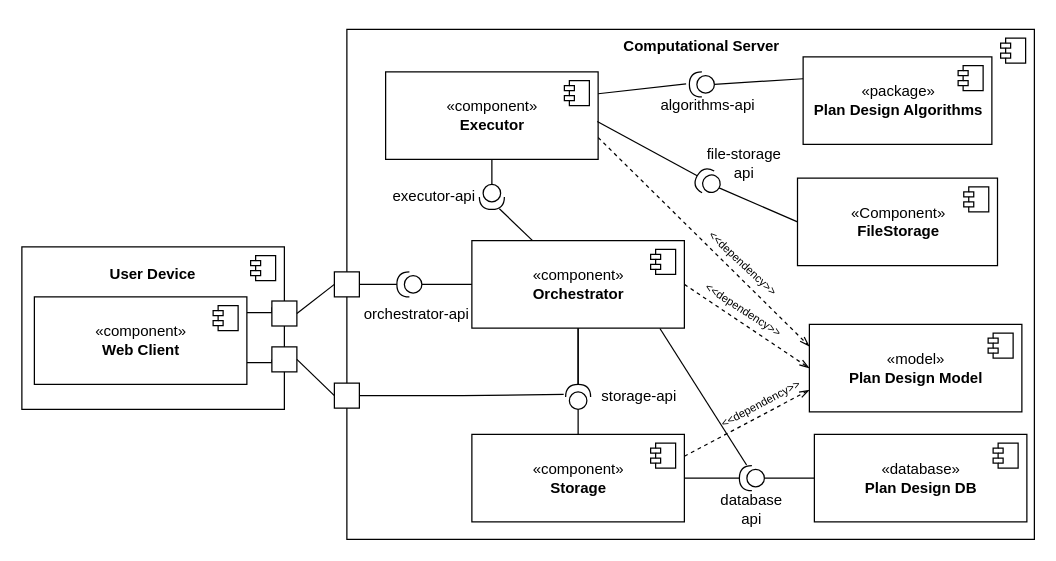
stalker-fc/diploma keeps this draw.io diagram as master/sources/diploma/architecture/diagrams/common/component.drawio. Above is the earlier version. Source tidied: cells renumbered, new cells numbered last; positions are measured from the earlier drawing's top-left corner, leaving out a move shared by most shapes. Both pictures are drawn from the tidied source at 125%, with x=0, y=0 at pixel (21, 21).
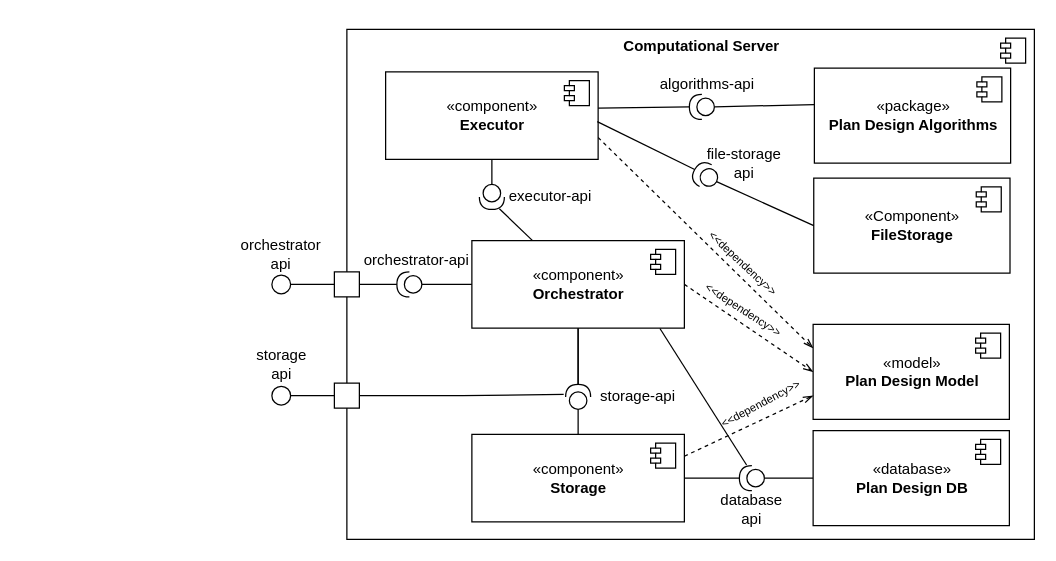
The same diagram, later.

Commit message (it also covers changes not shown here):
update common architecture add deployment diagram

Unchanged cells that the change refers to:
```xml
<mxCell id="16" value="«component»&lt;br&gt;&lt;b&gt;Executor&lt;/b&gt;" style="html=1;" parent="1" vertex="1">
  <mxGeometry x="291" y="40" width="170" height="70" as="geometry" />
</mxCell>
<mxCell id="29" style="whiteSpace=wrap;html=1;" parent="1" vertex="1">
  <mxGeometry x="250" y="200" width="20" height="20" as="geometry" />
</mxCell>
<mxCell id="33" style="whiteSpace=wrap;html=1;" parent="1" vertex="1">
  <mxGeometry x="250" y="289" width="20" height="20" as="geometry" />
</mxCell>
```

The edit, as a diff of the source:
```diff
@@
-    <mxCell id="4" style="group;" parent="1" vertex="1">
-      <mxGeometry y="180" width="220" height="130" as="geometry" />
-    </mxCell>
-    <mxCell id="5" style="html=1;" parent="4" vertex="1">
-      <mxGeometry width="210" height="130" as="geometry" />
-    </mxCell>
-    <mxCell id="6" style="shape=module;jettyWidth=8;jettyHeight=4;" parent="5" vertex="1">
-      <mxGeometry x="1" width="20" height="20" relative="1" as="geometry">
-        <mxPoint x="-27" y="7" as="offset" />
-      </mxGeometry>
-    </mxCell>
-    <mxCell id="7" value="&lt;b&gt;User Device&lt;/b&gt;" style="text;html=1;strokeColor=none;fillColor=none;align=center;verticalAlign=middle;whiteSpace=wrap;rounded=0;" parent="4" vertex="1">
-      <mxGeometry x="35" width="140" height="43.3" as="geometry" />
-    </mxCell>
-    <mxCell id="8" style="edgeStyle=orthogonalEdgeStyle;rounded=0;orthogonalLoop=1;jettySize=auto;html=1;exitX=1;exitY=0.25;exitDx=0;exitDy=0;entryX=0;entryY=0.5;entryDx=0;entryDy=0;endArrow=none;endFill=0;" parent="4" edge="1">
-      <mxGeometry relative="1" as="geometry">
-        <mxPoint x="180" y="52.5" as="sourcePoint" />
-        <mxPoint x="200" y="48.3" as="targetPoint" />
-      </mxGeometry>
-    </mxCell>
-    <mxCell id="9" style="edgeStyle=orthogonalEdgeStyle;rounded=0;jettySize=auto;html=1;exitX=1;exitY=0.75;exitDx=0;exitDy=0;entryX=0;entryY=0.5;entryDx=0;entryDy=0;endArrow=none;endFill=0;" parent="4" edge="1" source="10" target="13">
-      <mxGeometry relative="1" as="geometry" />
-    </mxCell>
-    <mxCell id="10" value="«component»&lt;br&gt;&lt;b&gt;Web Client&lt;/b&gt;" style="html=1;" parent="4" vertex="1">
-      <mxGeometry x="10" y="40" width="170" height="70" as="geometry" />
-    </mxCell>
-    <mxCell id="11" style="shape=module;jettyWidth=8;jettyHeight=4;" parent="10" vertex="1">
-      <mxGeometry x="1" width="20" height="20" relative="1" as="geometry">
-        <mxPoint x="-27" y="7" as="offset" />
-      </mxGeometry>
-    </mxCell>
-    <mxCell id="12" style="whiteSpace=wrap;html=1;" parent="4" vertex="1">
-      <mxGeometry x="200" y="43.3" width="20" height="20" as="geometry" />
-    </mxCell>
-    <mxCell id="13" style="whiteSpace=wrap;html=1;" parent="4" vertex="1">
-      <mxGeometry x="200" y="80" width="20" height="20" as="geometry" />
-    </mxCell>
@@
     <mxCell id="26" value="«package»&lt;br&gt;&lt;b&gt;Plan Design Algorithms&lt;/b&gt;" style="html=1;" parent="1" vertex="1">
-      <mxGeometry x="625" y="28" width="151" height="70" as="geometry" />
+      <mxGeometry x="634" y="37" width="157" height="76" as="geometry" />
     </mxCell>
@@
-    <mxCell id="28" style="rounded=0;jettySize=auto;html=1;exitX=1;exitY=0.5;exitDx=0;exitDy=0;entryX=0;entryY=0.5;entryDx=0;entryDy=0;endArrow=none;endFill=0;" parent="1" edge="1" source="13" target="33">
-      <mxGeometry relative="1" as="geometry" />
-    </mxCell>
@@
     <mxCell id="30" value="orchestrator-api" style="text;html=1;strokeColor=none;fillColor=none;align=center;verticalAlign=middle;whiteSpace=wrap;rounded=0;" parent="1" vertex="1">
-      <mxGeometry x="266" y="219" width="100" height="30" as="geometry" />
+      <mxGeometry x="266" y="176" width="100" height="30" as="geometry" />
     </mxCell>
@@
-    <mxCell id="32" style="edgeStyle=none;rounded=0;jettySize=auto;html=1;exitX=1;exitY=0.5;exitDx=0;exitDy=0;entryX=0;entryY=0.5;entryDx=0;entryDy=0;endArrow=none;endFill=0;" parent="1" edge="1" source="12" target="29">
-      <mxGeometry relative="1" as="geometry" />
-    </mxCell>
@@
     <mxCell id="36" value="storage-api" style="text;html=1;strokeColor=none;fillColor=none;align=center;verticalAlign=middle;whiteSpace=wrap;rounded=0;" parent="1" vertex="1">
-      <mxGeometry x="444" y="285" width="100" height="30" as="geometry" />
+      <mxGeometry x="461" y="285" width="64" height="30" as="geometry" />
     </mxCell>
     <mxCell id="37" value="executor-api" style="text;html=1;strokeColor=none;fillColor=none;align=center;verticalAlign=middle;whiteSpace=wrap;rounded=0;" parent="1" vertex="1">
-      <mxGeometry x="280" y="125" width="100" height="30" as="geometry" />
+      <mxGeometry x="386" y="125" width="74" height="30" as="geometry" />
     </mxCell>
@@
     <mxCell id="39" value="«database»&lt;br&gt;&lt;b&gt;Plan Design DB&lt;/b&gt;" style="html=1;" parent="1" vertex="1">
-      <mxGeometry x="634" y="330" width="170" height="70" as="geometry" />
+      <mxGeometry x="633" y="327" width="157" height="76" as="geometry" />
     </mxCell>
@@
     <mxCell id="41" value="«model»&lt;br&gt;&lt;b&gt;Plan Design Model&lt;/b&gt;" style="html=1;" parent="1" vertex="1">
-      <mxGeometry x="630" y="242" width="170" height="70" as="geometry" />
+      <mxGeometry x="633" y="242" width="157" height="76" as="geometry" />
     </mxCell>
@@
-    <mxCell id="53" style="edgeStyle=none;rounded=0;jettySize=auto;html=1;exitX=0;exitY=0.5;exitDx=0;exitDy=0;exitPerimeter=0;entryX=0;entryY=0.25;entryDx=0;entryDy=0;endArrow=none;endFill=0;" parent="1" edge="1" source="55" target="26">
+    <mxCell id="53" style="edgeStyle=none;rounded=0;jettySize=auto;html=1;exitX=0;exitY=0.5;exitDx=0;exitDy=0;exitPerimeter=0;entryX=-0.001;entryY=0.384;entryDx=0;entryDy=0;endArrow=none;endFill=0;entryPerimeter=0;" parent="1" edge="1" source="55" target="26">
       <mxGeometry relative="1" as="geometry" />
     </mxCell>
-    <mxCell id="54" style="edgeStyle=none;rounded=0;jettySize=auto;html=1;exitX=1.13;exitY=0.52;exitDx=0;exitDy=0;exitPerimeter=0;entryX=1;entryY=0.25;entryDx=0;entryDy=0;endArrow=none;endFill=0;" parent="1" edge="1" source="55" target="16">
+    <mxCell id="54" style="edgeStyle=none;rounded=0;jettySize=auto;html=1;entryX=1;entryY=0.414;entryDx=0;entryDy=0;endArrow=none;endFill=0;entryPerimeter=0;exitX=1;exitY=0.5;exitDx=0;exitDy=0;exitPerimeter=0;" parent="1" edge="1" source="55" target="16">
       <mxGeometry relative="1" as="geometry" />
     </mxCell>
     <mxCell id="55" style="shape=providedRequiredInterface;html=1;verticalLabelPosition=bottom;sketch=0;direction=west;" parent="1" vertex="1">
-      <mxGeometry x="534" y="40" width="20" height="20" as="geometry" />
+      <mxGeometry x="534" y="58" width="20" height="20" as="geometry" />
     </mxCell>
     <mxCell id="56" value="algorithms-api" style="text;html=1;strokeColor=none;fillColor=none;align=center;verticalAlign=middle;whiteSpace=wrap;rounded=0;" parent="1" vertex="1">
-      <mxGeometry x="499" y="52" width="100" height="30" as="geometry" />
+      <mxGeometry x="507.5" y="35" width="81" height="30" as="geometry" />
     </mxCell>
@@
     <mxCell id="59" value="«Component»&lt;br&gt;&lt;b&gt;FileStorage&lt;/b&gt;" style="html=1;fillColor=default;" parent="1" vertex="1">
-      <mxGeometry x="620.5" y="125" width="160" height="70" as="geometry" />
+      <mxGeometry x="633.5" y="125" width="157" height="76" as="geometry" />
     </mxCell>
@@
     <mxCell id="63" style="shape=providedRequiredInterface;html=1;verticalLabelPosition=bottom;sketch=0;fillColor=default;direction=west;rotation=29;" parent="1" vertex="1">
-      <mxGeometry x="539" y="118" width="20" height="20" as="geometry" />
+      <mxGeometry x="537" y="113" width="20" height="20" as="geometry" />
     </mxCell>
@@
+    <mxCell id="66" style="rounded=0;jettySize=auto;html=1;exitX=1;exitY=0.5;exitDx=0;exitDy=0;entryX=0;entryY=0.5;entryDx=0;entryDy=0;endArrow=none;endFill=0;" parent="1" edge="1" source="67" target="29">
+      <mxGeometry relative="1" as="geometry" />
+    </mxCell>
+    <mxCell id="67" style="ellipse;whiteSpace=wrap;html=1;fillColor=none;" parent="1" vertex="1">
+      <mxGeometry x="200" y="202.5" width="15" height="15" as="geometry" />
+    </mxCell>
+    <mxCell id="68" style="edgeStyle=none;rounded=0;jettySize=auto;html=1;exitX=1;exitY=0.5;exitDx=0;exitDy=0;entryX=0;entryY=0.5;entryDx=0;entryDy=0;endArrow=none;endFill=0;" parent="1" edge="1" source="69" target="33">
+      <mxGeometry relative="1" as="geometry" />
+    </mxCell>
+    <mxCell id="69" style="ellipse;whiteSpace=wrap;html=1;fillColor=none;" parent="1" vertex="1">
+      <mxGeometry x="200" y="291.5" width="15" height="15" as="geometry" />
+    </mxCell>
+    <mxCell id="70" value="orchestrator&lt;br&gt;api" style="text;html=1;strokeColor=none;fillColor=none;align=center;verticalAlign=middle;whiteSpace=wrap;rounded=0;" parent="1" vertex="1">
+      <mxGeometry x="170.5" y="171" width="72.5" height="30" as="geometry" />
+    </mxCell>
+    <mxCell id="71" value="storage&lt;br&gt;api" style="text;html=1;strokeColor=none;fillColor=none;align=center;verticalAlign=middle;whiteSpace=wrap;rounded=0;" parent="1" vertex="1">
+      <mxGeometry x="175.5" y="259" width="64" height="30" as="geometry" />
+    </mxCell>
```
